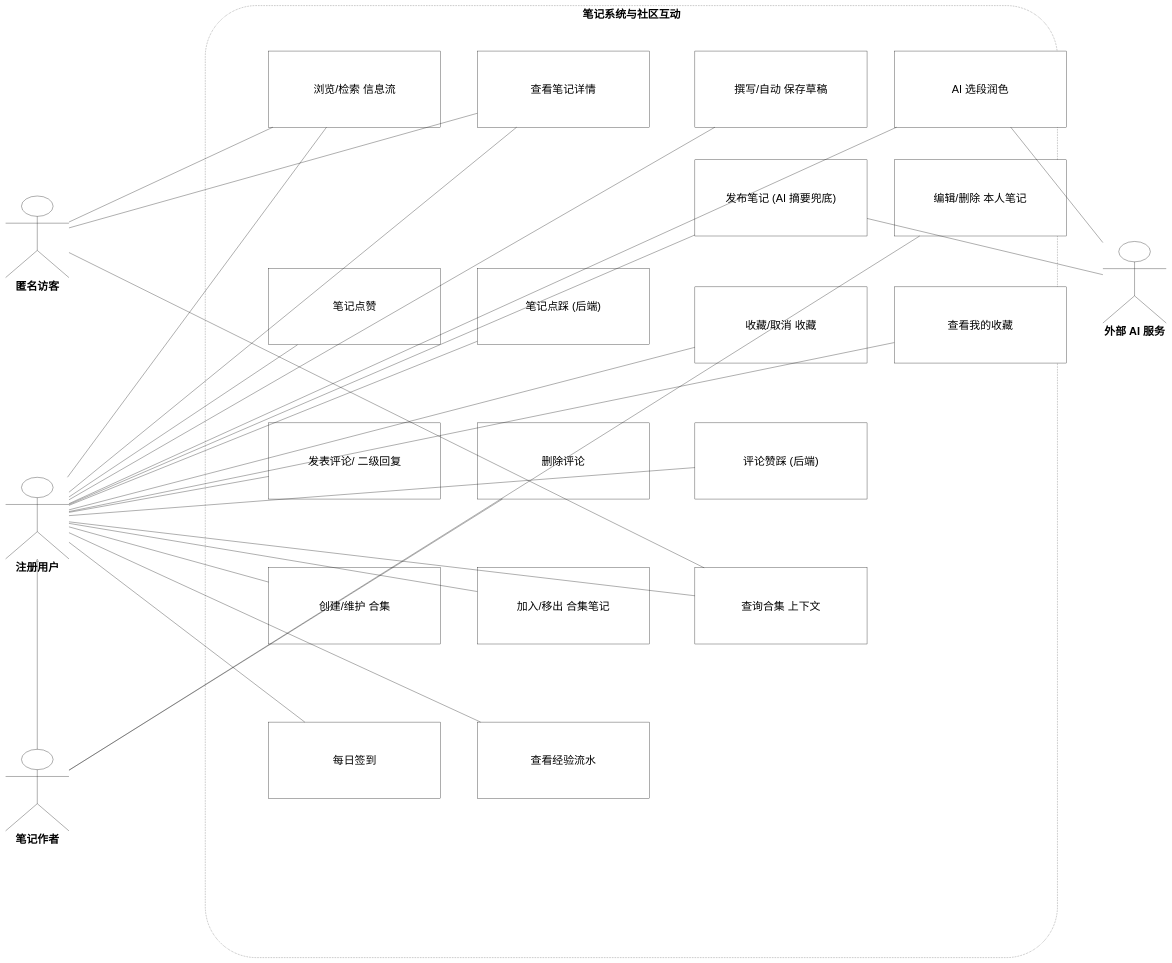
Before: docs/coursework/figures/ch4-fig5-usecase.drawio in XjuSelab/xju-feiyue, a draw.io diagram. Source tidied: cells renumbered, new cells numbered last; positions are measured from the earlier drawing's top-left corner, leaving out a move shared by most shapes. Both pictures are drawn from the tidied source at 32%, with x=0, y=0 at pixel (5, 5).
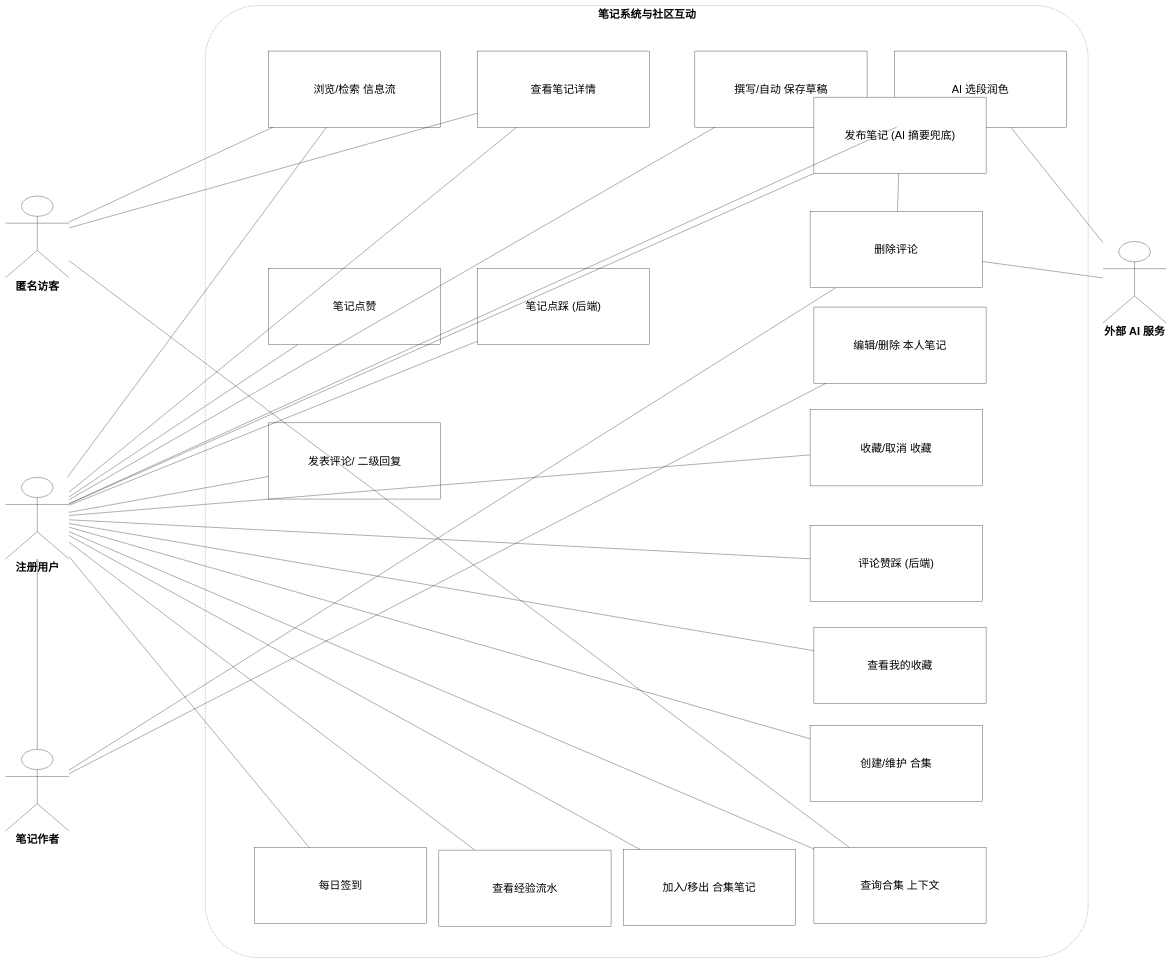
After the change.

Unchanged cells that the change refers to:
```xml
<mxCell id="5" value="外部 AI 服务" style="shape=umlActor;verticalLabelPosition=bottom;labelPosition=center;verticalAlign=top;html=1;outlineConnect=0;fontFamily=SimSun;fontSize=34;fillColor=#ffffff;strokeColor=#000000;fontStyle=1;" parent="1" vertex="1">
  <mxGeometry x="3429" y="737" width="198" height="255" as="geometry" />
</mxCell>
```

Diff of the diagram source:
```diff
@@
     <mxCell id="6" value="笔记系统与社区互动" style="rounded=1;arcSize=6;html=1;dashed=1;dashPattern=2 3;fillColor=none;strokeColor=#000000;verticalAlign=top;fontFamily=SimSun;fontSize=34;fontStyle=1;fontColor=#000000;" parent="1" vertex="1">
-      <mxGeometry x="624" width="2663" height="2975" as="geometry" />
+      <mxGeometry x="624" width="2759" height="2975" as="geometry" />
     </mxCell>
@@
     <mxCell id="11" value="发布笔记 (AI 摘要兜底)" style="whiteSpace=wrap;html=1;fontFamily=SimSun;fontSize=34;fillColor=#ffffff;strokeColor=#000000;ellipse=;" parent="1" vertex="1">
-      <mxGeometry x="2154" y="482" width="538" height="238" as="geometry" />
+      <mxGeometry x="2526" y="286" width="538" height="238" as="geometry" />
     </mxCell>
     <mxCell id="12" value="编辑/删除 本人笔记" style="whiteSpace=wrap;html=1;fontFamily=SimSun;fontSize=34;fillColor=#ffffff;strokeColor=#000000;ellipse=;" parent="1" vertex="1">
-      <mxGeometry x="2777" y="482" width="538" height="238" as="geometry" />
+      <mxGeometry x="2526" y="942" width="538" height="238" as="geometry" />
     </mxCell>
@@
     <mxCell id="15" value="收藏/取消 收藏" style="whiteSpace=wrap;html=1;fontFamily=SimSun;fontSize=34;fillColor=#ffffff;strokeColor=#000000;ellipse=;" parent="1" vertex="1">
-      <mxGeometry x="2154" y="879" width="538" height="238" as="geometry" />
+      <mxGeometry x="2514" y="1263" width="538" height="238" as="geometry" />
     </mxCell>
     <mxCell id="16" value="查看我的收藏" style="whiteSpace=wrap;html=1;fontFamily=SimSun;fontSize=34;fillColor=#ffffff;strokeColor=#000000;ellipse=;" parent="1" vertex="1">
-      <mxGeometry x="2777" y="879" width="538" height="238" as="geometry" />
+      <mxGeometry x="2526" y="1943" width="538" height="238" as="geometry" />
     </mxCell>
@@
-    <mxCell id="18" value="删除评论" style="whiteSpace=wrap;html=1;fontFamily=SimSun;fontSize=34;fillColor=#ffffff;strokeColor=#000000;ellipse=;" parent="1" vertex="1">
-      <mxGeometry x="1474" y="1304" width="538" height="238" as="geometry" />
-    </mxCell>
     <mxCell id="19" value="评论赞踩 (后端)" style="whiteSpace=wrap;html=1;fontFamily=SimSun;fontSize=34;fillColor=#ffffff;strokeColor=#000000;ellipse=;" parent="1" vertex="1">
-      <mxGeometry x="2154" y="1304" width="538" height="238" as="geometry" />
+      <mxGeometry x="2514" y="1624" width="538" height="238" as="geometry" />
     </mxCell>
     <mxCell id="20" value="创建/维护 合集" style="whiteSpace=wrap;html=1;fontFamily=SimSun;fontSize=34;fillColor=#ffffff;strokeColor=#000000;ellipse=;" parent="1" vertex="1">
-      <mxGeometry x="822" y="1757" width="538" height="238" as="geometry" />
+      <mxGeometry x="2514" y="2249" width="538" height="238" as="geometry" />
     </mxCell>
     <mxCell id="21" value="加入/移出 合集笔记" style="whiteSpace=wrap;html=1;fontFamily=SimSun;fontSize=34;fillColor=#ffffff;strokeColor=#000000;ellipse=;" parent="1" vertex="1">
-      <mxGeometry x="1474" y="1757" width="538" height="238" as="geometry" />
+      <mxGeometry x="1930" y="2637" width="538" height="238" as="geometry" />
     </mxCell>
     <mxCell id="22" value="查询合集 上下文" style="whiteSpace=wrap;html=1;fontFamily=SimSun;fontSize=34;fillColor=#ffffff;strokeColor=#000000;ellipse=;" parent="1" vertex="1">
-      <mxGeometry x="2154" y="1757" width="538" height="238" as="geometry" />
+      <mxGeometry x="2526" y="2631" width="538" height="238" as="geometry" />
     </mxCell>
     <mxCell id="23" value="每日签到" style="whiteSpace=wrap;html=1;fontFamily=SimSun;fontSize=34;fillColor=#ffffff;strokeColor=#000000;ellipse=;" parent="1" vertex="1">
-      <mxGeometry x="822" y="2239" width="538" height="238" as="geometry" />
+      <mxGeometry x="778" y="2631" width="538" height="238" as="geometry" />
     </mxCell>
     <mxCell id="24" value="查看经验流水" style="whiteSpace=wrap;html=1;fontFamily=SimSun;fontSize=34;fillColor=#ffffff;strokeColor=#000000;ellipse=;" parent="1" vertex="1">
-      <mxGeometry x="1474" y="2239" width="538" height="238" as="geometry" />
+      <mxGeometry x="1354" y="2639" width="538" height="238" as="geometry" />
     </mxCell>
@@
-    <mxCell id="47" style="html=1;rounded=0;endArrow=none;endFill=0;strokeColor=#000000;fontFamily=SimSun;fontSize=34;fontColor=#000000;" parent="1" edge="1" source="5" target="11">
+    <mxCell id="47" style="html=1;rounded=0;endArrow=none;endFill=0;strokeColor=#000000;fontFamily=SimSun;fontSize=34;fontColor=#000000;" parent="1" edge="1" source="18" target="11">
       <mxGeometry relative="1" as="geometry" />
     </mxCell>
@@
+    <mxCell id="49" style="html=1;rounded=0;endArrow=none;endFill=0;strokeColor=#000000;fontFamily=SimSun;fontSize=34;fontColor=#000000;" parent="1" edge="1" source="5" target="18">
+      <mxGeometry relative="1" as="geometry" />
+    </mxCell>
+    <mxCell id="18" value="删除评论" style="whiteSpace=wrap;html=1;fontFamily=SimSun;fontSize=34;fillColor=#ffffff;strokeColor=#000000;ellipse=;" parent="1" vertex="1">
+      <mxGeometry x="2514" y="644" width="538" height="238" as="geometry" />
+    </mxCell>
```
